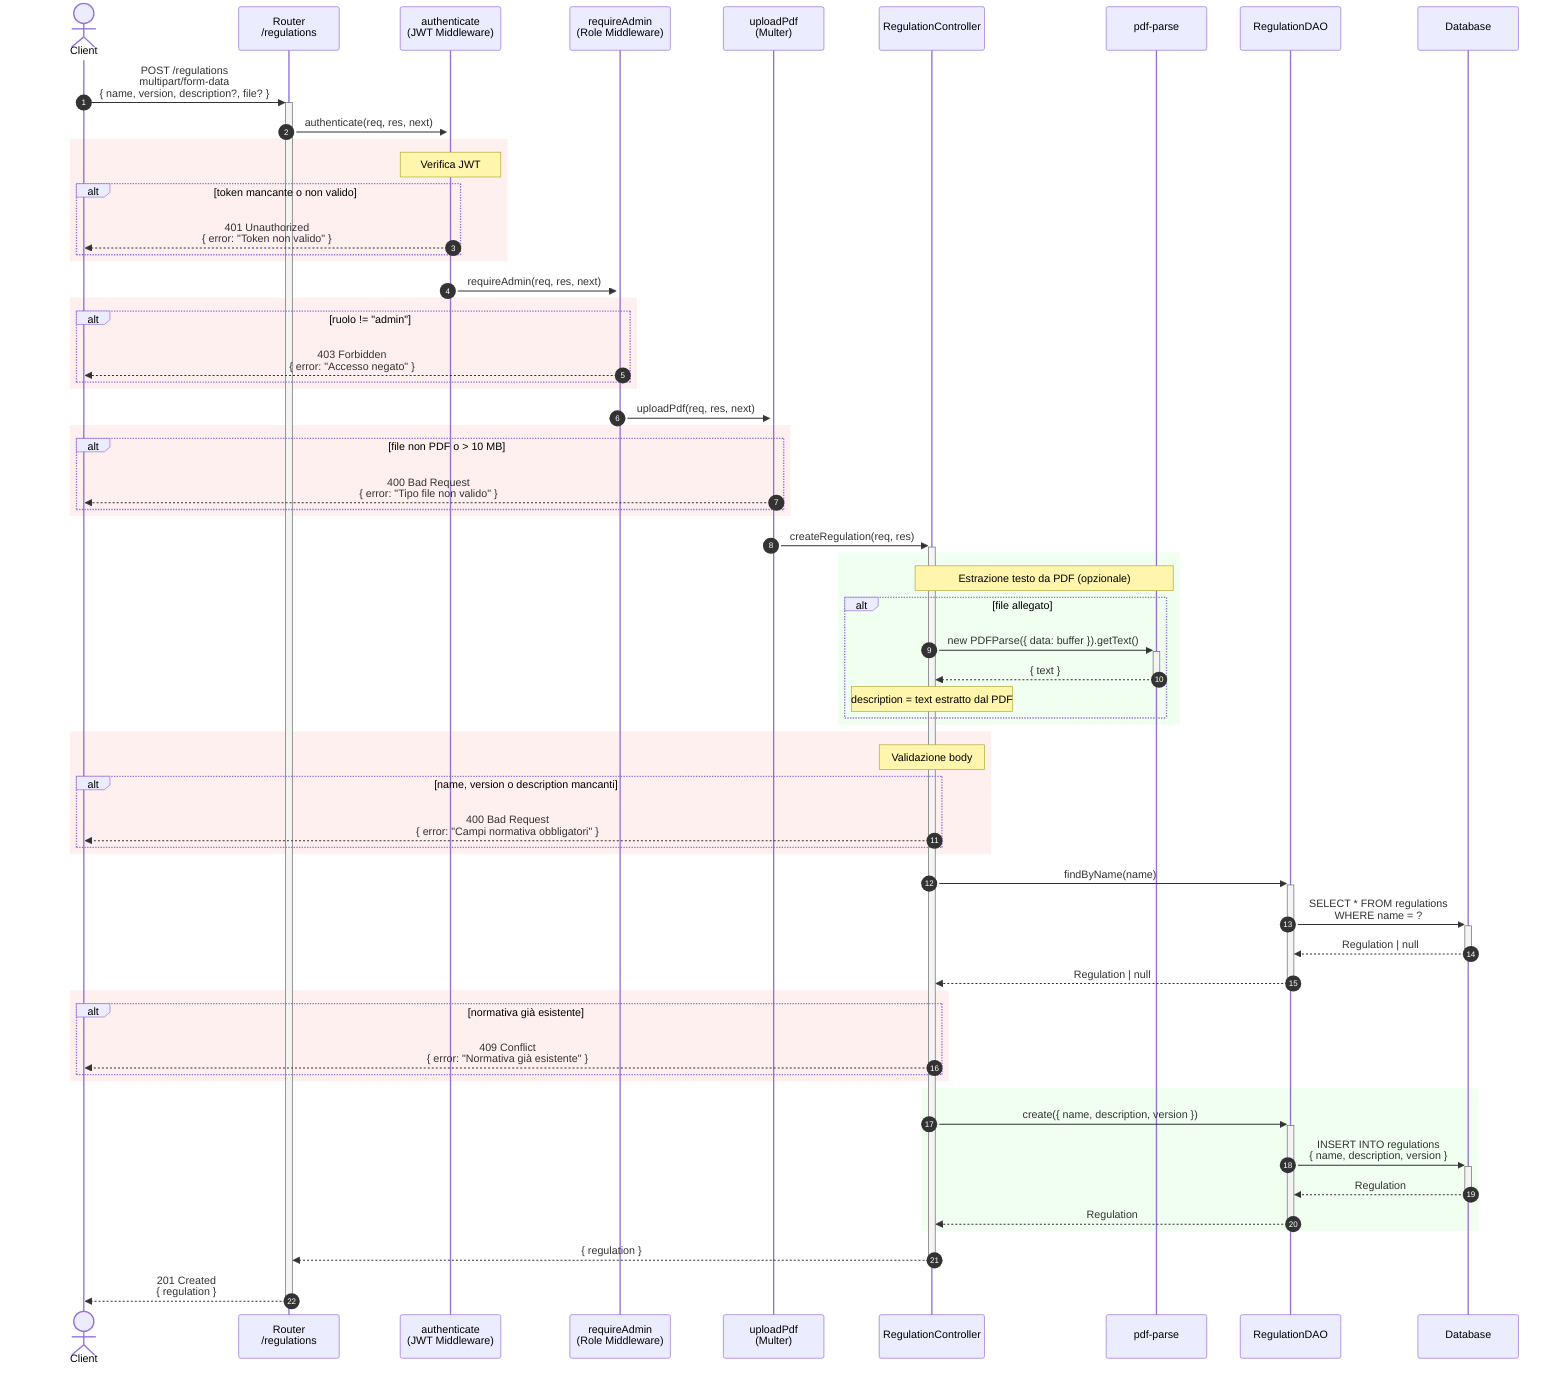
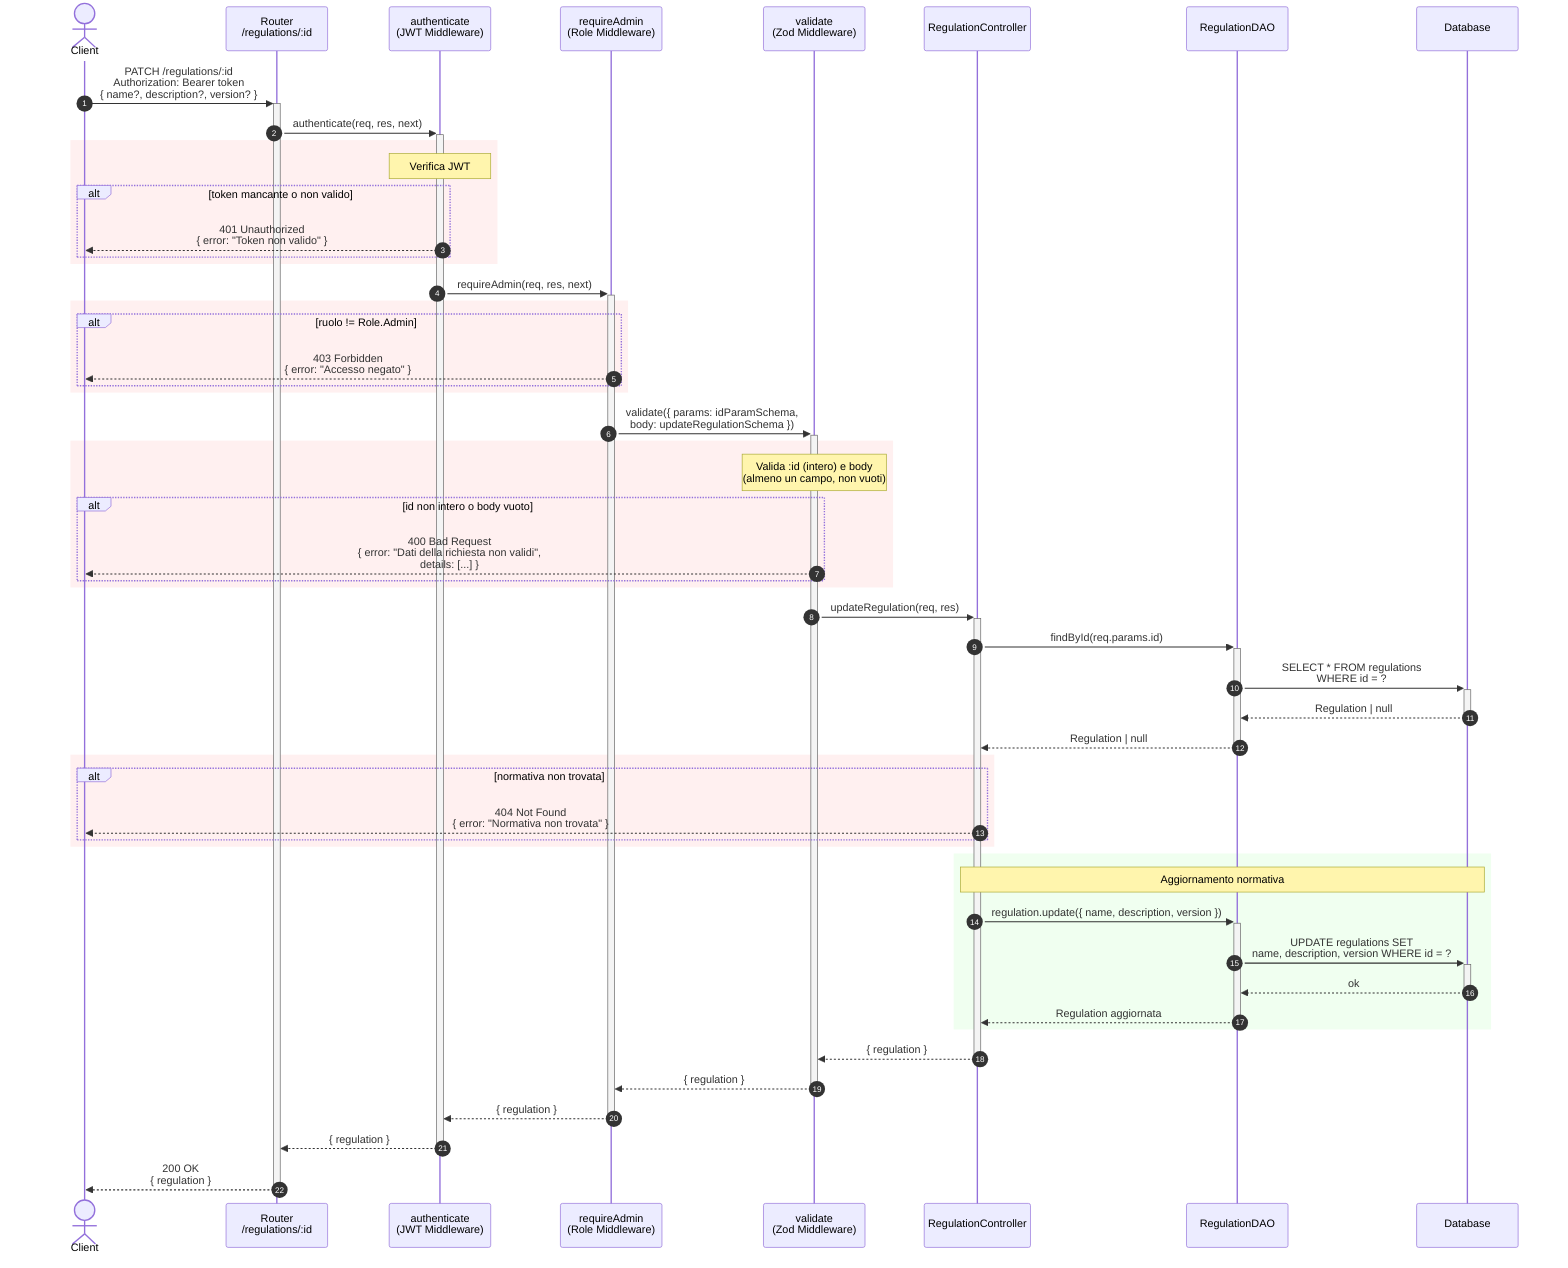
sequenceDiagram
    autonumber
    actor Client
-     participant Router as Router<br/>/regulations
+     participant Router as Router<br/>/regulations/:id
    participant Auth as authenticate<br/>(JWT Middleware)
    participant Role as requireAdmin<br/>(Role Middleware)
-     participant Upload as uploadPdf<br/>(Multer)
+     participant Validate as validate<br/>(Zod Middleware)
    participant Controller as RegulationController
-     participant PDF as pdf-parse
    participant DAO as RegulationDAO
    participant DB@{ shape: "database" } as Database

-     Client->>+Router: POST /regulations<br/>multipart/form-data<br/>{ name, version, description?, file? }
+     Client->>+Router: PATCH /regulations/:id<br/>Authorization: Bearer token<br/>{ name?, description?, version? }

    Router->>+Auth: authenticate(req, res, next)

    rect rgb(255, 240, 240)
        note over Auth: Verifica JWT
        alt token mancante o non valido
            Auth-->>Client: 401 Unauthorized<br/>{ error: "Token non valido" }
        end
    end

    Auth->>+Role: requireAdmin(req, res, next)

    rect rgb(255, 240, 240)
-         alt ruolo != "admin"
+         alt ruolo != Role.Admin
            Role-->>Client: 403 Forbidden<br/>{ error: "Accesso negato" }
        end
    end

-     Role->>+Upload: uploadPdf(req, res, next)
+     Role->>+Validate: validate({ params: idParamSchema,<br/>body: updateRegulationSchema })

    rect rgb(255, 240, 240)
-         alt file non PDF o > 10 MB
-             Upload-->>Client: 400 Bad Request<br/>{ error: "Tipo file non valido" }
+         note over Validate: Valida :id (intero) e body<br/>(almeno un campo, non vuoti)
+         alt id non intero o body vuoto
+             Validate-->>Client: 400 Bad Request<br/>{ error: "Dati della richiesta non validi",<br/>details: [...] }
        end
    end

-     Upload->>+Controller: createRegulation(req, res)
+     Validate->>+Controller: updateRegulation(req, res)

-     rect rgb(240, 255, 240)
-         note over Controller,PDF: Estrazione testo da PDF (opzionale)
-         alt file allegato
-             Controller->>+PDF: new PDFParse({ data: buffer }).getText()
-             PDF-->>-Controller: { text }
-             note over Controller: description = text estratto dal PDF
-         end
-     end
- 
-     rect rgb(255, 240, 240)
-         note over Controller: Validazione body
-         alt name, version o description mancanti
-             Controller-->>Client: 400 Bad Request<br/>{ error: "Campi normativa obbligatori" }
-         end
-     end
- 
-     Controller->>+DAO: findByName(name)
-     DAO->>+DB: SELECT * FROM regulations<br/>WHERE name = ?
+     Controller->>+DAO: findById(req.params.id)
+     DAO->>+DB: SELECT * FROM regulations<br/>WHERE id = ?
    DB-->>-DAO: Regulation | null
    DAO-->>-Controller: Regulation | null

    rect rgb(255, 240, 240)
-         alt normativa già esistente
-             Controller-->>Client: 409 Conflict<br/>{ error: "Normativa già esistente" }
+         alt normativa non trovata
+             Controller-->>Client: 404 Not Found<br/>{ error: "Normativa non trovata" }
        end
    end

    rect rgb(240, 255, 240)
-         Controller->>+DAO: create({ name, description, version })
-         DAO->>+DB: INSERT INTO regulations<br/>{ name, description, version }
-         DB-->>-DAO: Regulation
-         DAO-->>-Controller: Regulation
+         note over Controller,DB: Aggiornamento normativa
+         Controller->>+DAO: regulation.update({ name, description, version })
+         DAO->>+DB: UPDATE regulations SET<br/>name, description, version WHERE id = ?
+         DB-->>-DAO: ok
+         DAO-->>-Controller: Regulation aggiornata
    end

-     Controller-->>-Router: { regulation }
-     Router-->>-Client: 201 Created<br/>{ regulation }+     Controller-->>-Validate: { regulation }
+     Validate-->>-Role: { regulation }
+     Role-->>-Auth: { regulation }
+     Auth-->>-Router: { regulation }
+     Router-->>-Client: 200 OK<br/>{ regulation }
